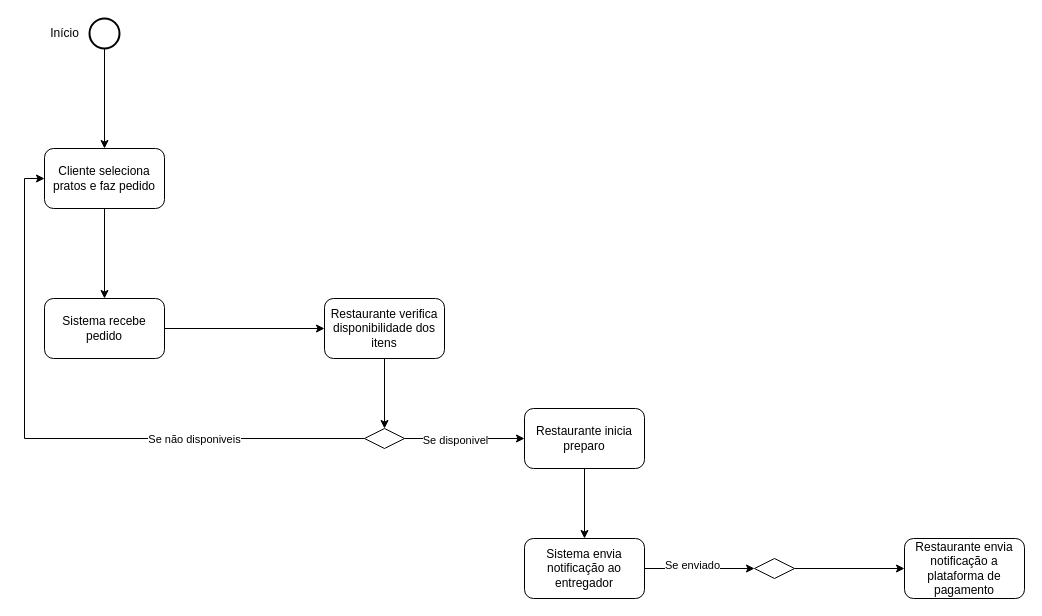
This is Diagrama de atividades.drawio from Krittz/IFTM-ADS, a draw.io file, before an edit. Source tidied: cells renumbered, new cells numbered last; positions are measured from the earlier drawing's top-left corner, leaving out a move shared by most shapes. Both pictures are drawn from the tidied source at 100%, with x=0, y=0 at pixel (39, 18).
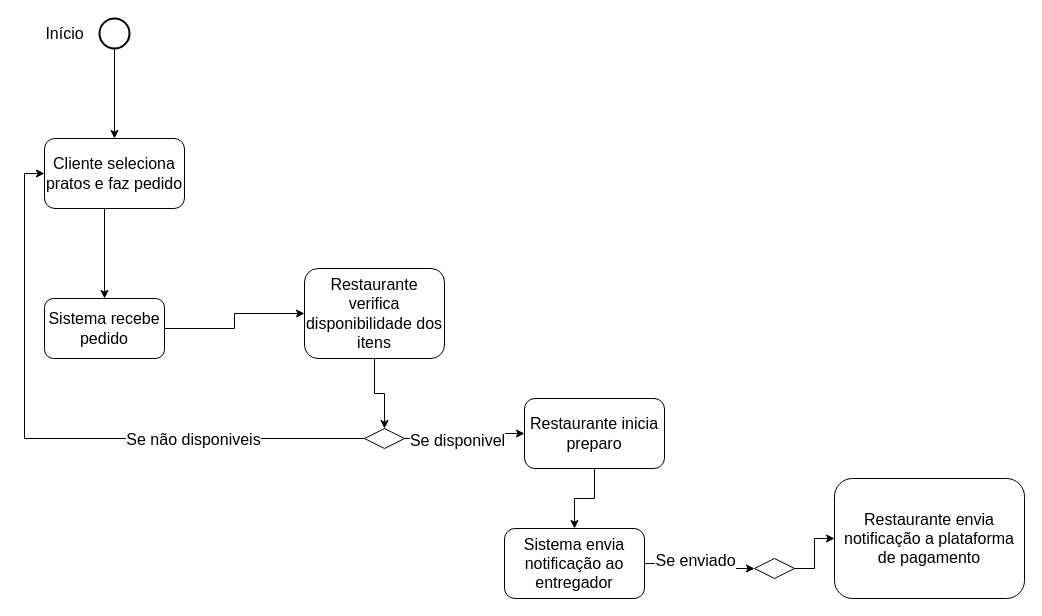
After the change.

Diff of the diagram source:
```diff
@@
-    <mxCell id="2" style="edgeStyle=orthogonalEdgeStyle;rounded=0;orthogonalLoop=1;jettySize=auto;html=1;entryX=0.5;entryY=0;entryDx=0;entryDy=0;" parent="1" edge="1">
+    <mxCell id="2" style="edgeStyle=orthogonalEdgeStyle;rounded=0;orthogonalLoop=1;jettySize=auto;html=1;entryX=0.5;entryY=0;entryDx=0;entryDy=0;fontSize=16;" parent="1" edge="1">
       <mxGeometry relative="1" as="geometry">
         <mxPoint x="65" y="190" as="sourcePoint" />
         <mxPoint x="65" y="280" as="targetPoint" />
       </mxGeometry>
     </mxCell>
-    <mxCell id="3" value="Cliente seleciona pratos e faz pedido" style="rounded=1;whiteSpace=wrap;html=1;" parent="1" vertex="1">
-      <mxGeometry x="5" y="130" width="120" height="60" as="geometry" />
+    <mxCell id="3" value="Cliente seleciona pratos e faz pedido" style="rounded=1;whiteSpace=wrap;html=1;fontSize=16;" parent="1" vertex="1">
+      <mxGeometry x="5" y="120" width="140" height="70" as="geometry" />
     </mxCell>
-    <mxCell id="4" style="edgeStyle=orthogonalEdgeStyle;rounded=0;jettySize=auto;html=1;entryX=0.5;entryY=0;entryDx=0;entryDy=0;" parent="1" edge="1" source="5" target="3">
+    <mxCell id="4" style="edgeStyle=orthogonalEdgeStyle;rounded=0;jettySize=auto;html=1;entryX=0.5;entryY=0;entryDx=0;entryDy=0;fontSize=16;" parent="1" edge="1" source="5" target="3">
       <mxGeometry relative="1" as="geometry" />
     </mxCell>
-    <mxCell id="5" style="strokeWidth=2;html=1;shape=mxgraph.flowchart.start_2;whiteSpace=wrap;" parent="1" vertex="1">
-      <mxGeometry x="50" width="30" height="30" as="geometry" />
+    <mxCell id="5" style="strokeWidth=2;html=1;shape=mxgraph.flowchart.start_2;whiteSpace=wrap;fontSize=16;" parent="1" vertex="1">
+      <mxGeometry x="60" width="30" height="30" as="geometry" />
     </mxCell>
-    <mxCell id="6" value="Início" style="text;html=1;align=center;verticalAlign=middle;strokeColor=none;fillColor=none;" parent="1" vertex="1">
-      <mxGeometry width="50" height="30" as="geometry" />
+    <mxCell id="6" value="Início" style="text;html=1;align=center;verticalAlign=middle;strokeColor=none;fillColor=none;fontSize=16;" parent="1" vertex="1">
+      <mxGeometry x="-5" width="60" height="30" as="geometry" />
     </mxCell>
-    <mxCell id="7" style="edgeStyle=orthogonalEdgeStyle;rounded=0;jettySize=auto;html=1;entryX=0;entryY=0.5;entryDx=0;entryDy=0;" parent="1" edge="1" source="8" target="10">
+    <mxCell id="7" style="edgeStyle=orthogonalEdgeStyle;rounded=0;jettySize=auto;html=1;entryX=0;entryY=0.5;entryDx=0;entryDy=0;fontSize=16;" parent="1" edge="1" source="8" target="10">
       <mxGeometry relative="1" as="geometry" />
     </mxCell>
-    <mxCell id="8" value="Sistema recebe pedido" style="rounded=1;whiteSpace=wrap;html=1;" parent="1" vertex="1">
+    <mxCell id="8" value="Sistema recebe pedido" style="rounded=1;whiteSpace=wrap;html=1;fontSize=16;" parent="1" vertex="1">
       <mxGeometry x="5" y="280" width="120" height="60" as="geometry" />
     </mxCell>
-    <mxCell id="9" style="edgeStyle=orthogonalEdgeStyle;rounded=0;jettySize=auto;html=1;entryX=0.5;entryY=0;entryDx=0;entryDy=0;" parent="1" edge="1" source="10" target="17">
+    <mxCell id="9" style="edgeStyle=orthogonalEdgeStyle;rounded=0;jettySize=auto;html=1;entryX=0.5;entryY=0;entryDx=0;entryDy=0;fontSize=16;" parent="1" edge="1" source="10" target="17">
       <mxGeometry relative="1" as="geometry" />
     </mxCell>
-    <mxCell id="10" value="Restaurante verifica disponibilidade dos itens" style="rounded=1;whiteSpace=wrap;html=1;" parent="1" vertex="1">
-      <mxGeometry x="285" y="280" width="120" height="60" as="geometry" />
+    <mxCell id="10" value="Restaurante verifica disponibilidade dos itens" style="rounded=1;whiteSpace=wrap;html=1;fontSize=16;" parent="1" vertex="1">
+      <mxGeometry x="265" y="250" width="140" height="90" as="geometry" />
     </mxCell>
-    <mxCell id="11" style="edgeStyle=orthogonalEdgeStyle;rounded=0;jettySize=auto;html=1;" parent="1" edge="1" source="12" target="20">
+    <mxCell id="11" style="edgeStyle=orthogonalEdgeStyle;rounded=0;jettySize=auto;html=1;fontSize=16;" parent="1" edge="1" source="12" target="20">
       <mxGeometry relative="1" as="geometry" />
     </mxCell>
-    <mxCell id="12" value="Restaurante inicia preparo" style="rounded=1;whiteSpace=wrap;html=1;" parent="1" vertex="1">
-      <mxGeometry x="485" y="390" width="120" height="60" as="geometry" />
+    <mxCell id="12" value="Restaurante inicia preparo" style="rounded=1;whiteSpace=wrap;html=1;fontSize=16;" parent="1" vertex="1">
+      <mxGeometry x="485" y="380" width="140" height="70" as="geometry" />
     </mxCell>
-    <mxCell id="13" style="edgeStyle=orthogonalEdgeStyle;rounded=0;jettySize=auto;html=1;entryX=0;entryY=0.5;entryDx=0;entryDy=0;" parent="1" edge="1" source="17" target="12">
+    <mxCell id="13" style="edgeStyle=orthogonalEdgeStyle;rounded=0;jettySize=auto;html=1;entryX=0;entryY=0.5;entryDx=0;entryDy=0;fontSize=16;" parent="1" edge="1" source="17" target="12">
       <mxGeometry relative="1" as="geometry" />
     </mxCell>
-    <mxCell id="14" value="Se disponivel" style="edgeLabel;html=1;align=center;verticalAlign=middle;" parent="13" vertex="1">
+    <mxCell id="14" value="Se disponivel" style="edgeLabel;html=1;align=center;verticalAlign=middle;fontSize=16;" parent="13" vertex="1">
       <mxGeometry x="-0.17" y="-1" relative="1" as="geometry" />
     </mxCell>
-    <mxCell id="15" style="edgeStyle=orthogonalEdgeStyle;rounded=0;jettySize=auto;html=1;entryX=0;entryY=0.5;entryDx=0;entryDy=0;" parent="1" edge="1" source="17" target="3">
+    <mxCell id="15" style="edgeStyle=orthogonalEdgeStyle;rounded=0;jettySize=auto;html=1;entryX=0;entryY=0.5;entryDx=0;entryDy=0;fontSize=16;" parent="1" edge="1" source="17" target="3">
       <mxGeometry relative="1" as="geometry" />
     </mxCell>
-    <mxCell id="16" value="Se não disponiveis" style="edgeLabel;html=1;align=center;verticalAlign=middle;" parent="15" vertex="1">
+    <mxCell id="16" value="Se não disponiveis" style="edgeLabel;html=1;align=center;verticalAlign=middle;fontSize=16;" parent="15" vertex="1">
       <mxGeometry x="-0.45" relative="1" as="geometry" />
     </mxCell>
-    <mxCell id="17" style="rhombus;whiteSpace=wrap;html=1;" parent="1" vertex="1">
+    <mxCell id="17" style="rhombus;whiteSpace=wrap;html=1;fontSize=16;" parent="1" vertex="1">
       <mxGeometry x="325" y="410" width="40" height="20" as="geometry" />
     </mxCell>
-    <mxCell id="18" style="edgeStyle=orthogonalEdgeStyle;rounded=0;jettySize=auto;html=1;entryX=0;entryY=0.5;entryDx=0;entryDy=0;" parent="1" edge="1" source="20" target="23">
+    <mxCell id="18" style="edgeStyle=orthogonalEdgeStyle;rounded=0;jettySize=auto;html=1;entryX=0;entryY=0.5;entryDx=0;entryDy=0;fontSize=16;" parent="1" edge="1" source="20" target="23">
       <mxGeometry relative="1" as="geometry" />
     </mxCell>
-    <mxCell id="19" value="Se enviado" style="edgeLabel;html=1;align=center;verticalAlign=middle;" parent="18" vertex="1">
+    <mxCell id="19" value="Se enviado" style="edgeLabel;html=1;align=center;verticalAlign=middle;fontSize=16;" parent="18" vertex="1">
       <mxGeometry x="-0.12" y="3" relative="1" as="geometry">
         <mxPoint x="-1" y="-1" as="offset" />
       </mxGeometry>
     </mxCell>
-    <mxCell id="20" value="Sistema envia notificação ao entregador" style="rounded=1;whiteSpace=wrap;html=1;" parent="1" vertex="1">
-      <mxGeometry x="485" y="520" width="120" height="60" as="geometry" />
+    <mxCell id="20" value="Sistema envia notificação ao entregador" style="rounded=1;whiteSpace=wrap;html=1;fontSize=16;" parent="1" vertex="1">
+      <mxGeometry x="465" y="510" width="140" height="70" as="geometry" />
     </mxCell>
-    <mxCell id="21" value="Restaurante envia notificação a plataforma de pagamento" style="rounded=1;whiteSpace=wrap;html=1;" parent="1" vertex="1">
-      <mxGeometry x="865" y="520" width="120" height="60" as="geometry" />
+    <mxCell id="21" value="Restaurante envia notificação a plataforma de pagamento" style="rounded=1;whiteSpace=wrap;html=1;fontSize=16;" parent="1" vertex="1">
+      <mxGeometry x="795" y="460" width="190" height="120" as="geometry" />
     </mxCell>
-    <mxCell id="22" style="edgeStyle=orthogonalEdgeStyle;rounded=0;jettySize=auto;html=1;" parent="1" edge="1" source="23" target="21">
+    <mxCell id="22" style="edgeStyle=orthogonalEdgeStyle;rounded=0;jettySize=auto;html=1;fontSize=16;" parent="1" edge="1" source="23" target="21">
       <mxGeometry relative="1" as="geometry" />
     </mxCell>
-    <mxCell id="23" style="rhombus;whiteSpace=wrap;html=1;" parent="1" vertex="1">
+    <mxCell id="23" style="rhombus;whiteSpace=wrap;html=1;fontSize=16;" parent="1" vertex="1">
       <mxGeometry x="715" y="540" width="40" height="20" as="geometry" />
     </mxCell>
```
